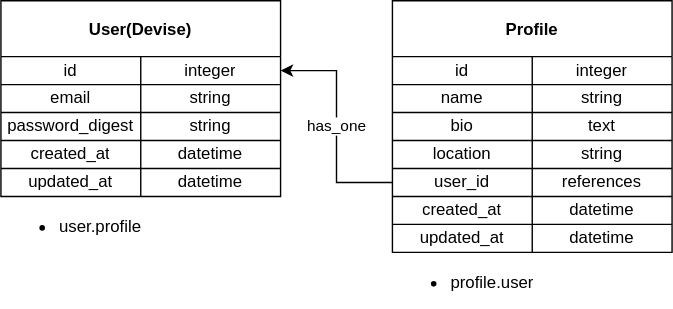
Above: doc/images/model-structure.drawio.svg in ittoku703/mizusirazu (draw.io), before the change. Source tidied: cells renumbered, new cells last; positions are measured from the earlier drawing's top-left corner, leaving out a move shared by most shapes.
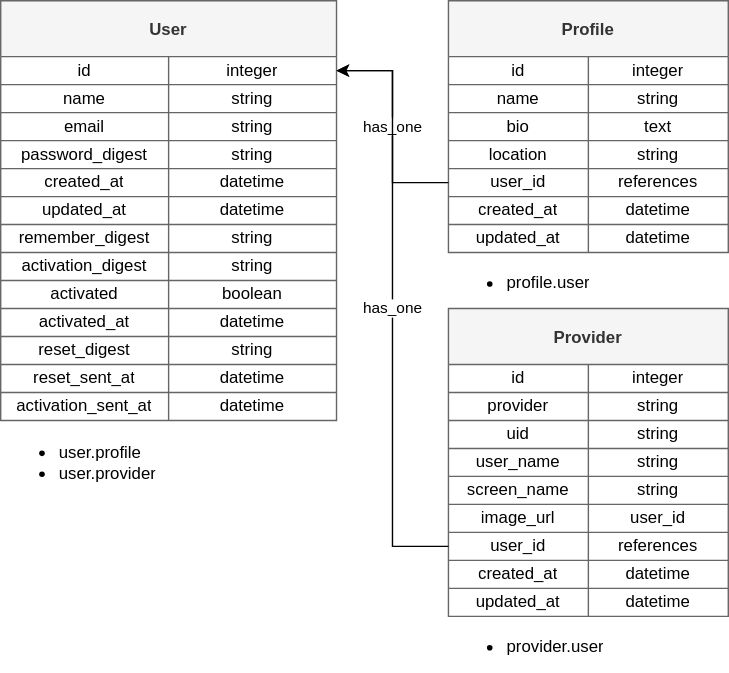
Later version of the same file.

Change to the diagram source:
```diff
@@ -2,56 +2,128 @@
   <root>
     <mxCell id="0" />
     <mxCell id="1" parent="0" />
-    <mxCell id="2" value="User(Devise)" style="shape=table;startSize=40;fontStyle=1;align=center;" parent="1" vertex="1">
-      <mxGeometry width="200" height="140" as="geometry" />
+    <mxCell id="2" value="User" style="shape=table;startSize=40;fontStyle=1;align=center;fillColor=#f5f5f5;fontColor=#333333;strokeColor=#666666;" parent="1" vertex="1">
+      <mxGeometry width="240" height="300" as="geometry" />
     </mxCell>
     <mxCell id="3" style="shape=partialRectangle;html=1;whiteSpace=wrap;fillColor=none;top=0;left=0;bottom=0;right=0;points=[[0,0.5],[1,0.5]];portConstraint=eastwest;" parent="2" vertex="1">
-      <mxGeometry y="40" width="200" height="20" as="geometry" />
+      <mxGeometry y="40" width="240" height="20" as="geometry" />
     </mxCell>
     <mxCell id="4" value="id" style="shape=partialRectangle;html=1;whiteSpace=wrap;fillColor=none;top=0;left=0;bottom=0;right=0;overflow=hidden;" parent="3" vertex="1">
-      <mxGeometry width="100" height="20" as="geometry" />
+      <mxGeometry width="120" height="20" as="geometry" />
     </mxCell>
     <mxCell id="5" value="integer" style="shape=partialRectangle;html=1;whiteSpace=wrap;fillColor=none;top=0;left=0;bottom=0;right=0;overflow=hidden;" parent="3" vertex="1">
-      <mxGeometry x="100" width="100" height="20" as="geometry" />
+      <mxGeometry x="120" width="120" height="20" as="geometry" />
     </mxCell>
+    <mxCell id="43" style="shape=partialRectangle;html=1;whiteSpace=wrap;fillColor=none;top=0;left=0;bottom=0;right=0;" parent="2" vertex="1">
+      <mxGeometry y="60" width="240" height="20" as="geometry" />
+    </mxCell>
+    <mxCell id="44" value="name" style="shape=partialRectangle;html=1;whiteSpace=wrap;fillColor=none;top=0;left=0;bottom=0;right=0;overflow=hidden;" parent="43" vertex="1">
+      <mxGeometry width="120" height="20" as="geometry" />
+    </mxCell>
+    <mxCell id="45" value="string" style="shape=partialRectangle;html=1;whiteSpace=wrap;fillColor=none;top=0;left=0;bottom=0;right=0;overflow=hidden;" parent="43" vertex="1">
+      <mxGeometry x="120" width="120" height="20" as="geometry" />
+    </mxCell>
     <mxCell id="6" style="shape=partialRectangle;html=1;whiteSpace=wrap;fillColor=none;top=0;left=0;bottom=0;right=0;" parent="2" vertex="1">
-      <mxGeometry y="60" width="200" height="20" as="geometry" />
+      <mxGeometry y="80" width="240" height="20" as="geometry" />
     </mxCell>
     <mxCell id="7" value="email" style="shape=partialRectangle;html=1;whiteSpace=wrap;fillColor=none;top=0;left=0;bottom=0;right=0;overflow=hidden;" parent="6" vertex="1">
-      <mxGeometry width="100" height="20" as="geometry" />
+      <mxGeometry width="120" height="20" as="geometry" />
     </mxCell>
     <mxCell id="8" value="string" style="shape=partialRectangle;html=1;whiteSpace=wrap;fillColor=none;top=0;left=0;bottom=0;right=0;overflow=hidden;" parent="6" vertex="1">
-      <mxGeometry x="100" width="100" height="20" as="geometry" />
+      <mxGeometry x="120" width="120" height="20" as="geometry" />
     </mxCell>
     <mxCell id="9" style="shape=partialRectangle;html=1;whiteSpace=wrap;fillColor=none;top=0;left=0;bottom=0;right=0;" parent="2" vertex="1">
-      <mxGeometry y="80" width="200" height="20" as="geometry" />
+      <mxGeometry y="100" width="240" height="20" as="geometry" />
     </mxCell>
     <mxCell id="10" value="password_digest" style="shape=partialRectangle;html=1;whiteSpace=wrap;fillColor=none;top=0;left=0;bottom=0;right=0;overflow=hidden;" parent="9" vertex="1">
-      <mxGeometry width="100" height="20" as="geometry" />
+      <mxGeometry width="120" height="20" as="geometry" />
     </mxCell>
     <mxCell id="11" value="string" style="shape=partialRectangle;html=1;whiteSpace=wrap;fillColor=none;top=0;left=0;bottom=0;right=0;overflow=hidden;" parent="9" vertex="1">
-      <mxGeometry x="100" width="100" height="20" as="geometry" />
+      <mxGeometry x="120" width="120" height="20" as="geometry" />
     </mxCell>
     <mxCell id="12" style="shape=partialRectangle;html=1;whiteSpace=wrap;fillColor=none;top=0;left=0;bottom=0;right=0;" parent="2" vertex="1">
-      <mxGeometry y="100" width="200" height="20" as="geometry" />
+      <mxGeometry y="120" width="240" height="20" as="geometry" />
     </mxCell>
     <mxCell id="13" value="created_at" style="shape=partialRectangle;html=1;whiteSpace=wrap;fillColor=none;top=0;left=0;bottom=0;right=0;overflow=hidden;" parent="12" vertex="1">
-      <mxGeometry width="100" height="20" as="geometry" />
+      <mxGeometry width="120" height="20" as="geometry" />
     </mxCell>
     <mxCell id="14" value="datetime" style="shape=partialRectangle;html=1;whiteSpace=wrap;fillColor=none;top=0;left=0;bottom=0;right=0;overflow=hidden;" parent="12" vertex="1">
-      <mxGeometry x="100" width="100" height="20" as="geometry" />
+      <mxGeometry x="120" width="120" height="20" as="geometry" />
     </mxCell>
     <mxCell id="15" style="shape=partialRectangle;html=1;whiteSpace=wrap;fillColor=none;top=0;left=0;bottom=0;right=0;" parent="2" vertex="1">
-      <mxGeometry y="120" width="200" height="20" as="geometry" />
+      <mxGeometry y="140" width="240" height="20" as="geometry" />
     </mxCell>
     <mxCell id="16" value="updated_at" style="shape=partialRectangle;html=1;whiteSpace=wrap;fillColor=none;top=0;left=0;bottom=0;right=0;overflow=hidden;" parent="15" vertex="1">
-      <mxGeometry width="100" height="20" as="geometry" />
+      <mxGeometry width="120" height="20" as="geometry" />
     </mxCell>
     <mxCell id="17" value="datetime" style="shape=partialRectangle;html=1;whiteSpace=wrap;fillColor=none;top=0;left=0;bottom=0;right=0;overflow=hidden;" parent="15" vertex="1">
-      <mxGeometry x="100" width="100" height="20" as="geometry" />
+      <mxGeometry x="120" width="120" height="20" as="geometry" />
     </mxCell>
+    <mxCell id="46" style="shape=partialRectangle;html=1;whiteSpace=wrap;fillColor=none;top=0;left=0;bottom=0;right=0;" parent="2" vertex="1">
+      <mxGeometry y="160" width="240" height="20" as="geometry" />
+    </mxCell>
+    <mxCell id="47" value="remember_digest" style="shape=partialRectangle;html=1;whiteSpace=wrap;fillColor=none;top=0;left=0;bottom=0;right=0;overflow=hidden;" parent="46" vertex="1">
+      <mxGeometry width="120" height="20" as="geometry" />
+    </mxCell>
+    <mxCell id="48" value="string" style="shape=partialRectangle;html=1;whiteSpace=wrap;fillColor=none;top=0;left=0;bottom=0;right=0;overflow=hidden;" parent="46" vertex="1">
+      <mxGeometry x="120" width="120" height="20" as="geometry" />
+    </mxCell>
+    <mxCell id="49" style="shape=partialRectangle;html=1;whiteSpace=wrap;fillColor=none;top=0;left=0;bottom=0;right=0;" parent="2" vertex="1">
+      <mxGeometry y="180" width="240" height="20" as="geometry" />
+    </mxCell>
+    <mxCell id="50" value="activation_digest" style="shape=partialRectangle;html=1;whiteSpace=wrap;fillColor=none;top=0;left=0;bottom=0;right=0;overflow=hidden;" parent="49" vertex="1">
+      <mxGeometry width="120" height="20" as="geometry" />
+    </mxCell>
+    <mxCell id="51" value="string" style="shape=partialRectangle;html=1;whiteSpace=wrap;fillColor=none;top=0;left=0;bottom=0;right=0;overflow=hidden;" parent="49" vertex="1">
+      <mxGeometry x="120" width="120" height="20" as="geometry" />
+    </mxCell>
+    <mxCell id="52" style="shape=partialRectangle;html=1;whiteSpace=wrap;fillColor=none;top=0;left=0;bottom=0;right=0;" parent="2" vertex="1">
+      <mxGeometry y="200" width="240" height="20" as="geometry" />
+    </mxCell>
+    <mxCell id="53" value="activated" style="shape=partialRectangle;html=1;whiteSpace=wrap;fillColor=none;top=0;left=0;bottom=0;right=0;overflow=hidden;" parent="52" vertex="1">
+      <mxGeometry width="120" height="20" as="geometry" />
+    </mxCell>
+    <mxCell id="54" value="boolean" style="shape=partialRectangle;html=1;whiteSpace=wrap;fillColor=none;top=0;left=0;bottom=0;right=0;overflow=hidden;" parent="52" vertex="1">
+      <mxGeometry x="120" width="120" height="20" as="geometry" />
+    </mxCell>
+    <mxCell id="55" style="shape=partialRectangle;html=1;whiteSpace=wrap;fillColor=none;top=0;left=0;bottom=0;right=0;" parent="2" vertex="1">
+      <mxGeometry y="220" width="240" height="20" as="geometry" />
+    </mxCell>
+    <mxCell id="56" value="activated_at" style="shape=partialRectangle;html=1;whiteSpace=wrap;fillColor=none;top=0;left=0;bottom=0;right=0;overflow=hidden;" parent="55" vertex="1">
+      <mxGeometry width="120" height="20" as="geometry" />
+    </mxCell>
+    <mxCell id="57" value="datetime" style="shape=partialRectangle;html=1;whiteSpace=wrap;fillColor=none;top=0;left=0;bottom=0;right=0;overflow=hidden;" parent="55" vertex="1">
+      <mxGeometry x="120" width="120" height="20" as="geometry" />
+    </mxCell>
+    <mxCell id="58" style="shape=partialRectangle;html=1;whiteSpace=wrap;fillColor=none;top=0;left=0;bottom=0;right=0;" parent="2" vertex="1">
+      <mxGeometry y="240" width="240" height="20" as="geometry" />
+    </mxCell>
+    <mxCell id="59" value="reset_digest" style="shape=partialRectangle;html=1;whiteSpace=wrap;fillColor=none;top=0;left=0;bottom=0;right=0;overflow=hidden;" parent="58" vertex="1">
+      <mxGeometry width="120" height="20" as="geometry" />
+    </mxCell>
+    <mxCell id="60" value="string" style="shape=partialRectangle;html=1;whiteSpace=wrap;fillColor=none;top=0;left=0;bottom=0;right=0;overflow=hidden;" parent="58" vertex="1">
+      <mxGeometry x="120" width="120" height="20" as="geometry" />
+    </mxCell>
+    <mxCell id="61" style="shape=partialRectangle;html=1;whiteSpace=wrap;fillColor=none;top=0;left=0;bottom=0;right=0;" parent="2" vertex="1">
+      <mxGeometry y="260" width="240" height="20" as="geometry" />
+    </mxCell>
+    <mxCell id="62" value="reset_sent_at" style="shape=partialRectangle;html=1;whiteSpace=wrap;fillColor=none;top=0;left=0;bottom=0;right=0;overflow=hidden;" parent="61" vertex="1">
+      <mxGeometry width="120" height="20" as="geometry" />
+    </mxCell>
+    <mxCell id="63" value="datetime" style="shape=partialRectangle;html=1;whiteSpace=wrap;fillColor=none;top=0;left=0;bottom=0;right=0;overflow=hidden;" parent="61" vertex="1">
+      <mxGeometry x="120" width="120" height="20" as="geometry" />
+    </mxCell>
+    <mxCell id="64" style="shape=partialRectangle;html=1;whiteSpace=wrap;fillColor=none;top=0;left=0;bottom=0;right=0;" parent="2" vertex="1">
+      <mxGeometry y="280" width="240" height="20" as="geometry" />
+    </mxCell>
+    <mxCell id="65" value="activation_sent_at" style="shape=partialRectangle;html=1;whiteSpace=wrap;fillColor=none;top=0;left=0;bottom=0;right=0;overflow=hidden;" parent="64" vertex="1">
+      <mxGeometry width="120" height="20" as="geometry" />
+    </mxCell>
+    <mxCell id="66" value="datetime" style="shape=partialRectangle;html=1;whiteSpace=wrap;fillColor=none;top=0;left=0;bottom=0;right=0;overflow=hidden;" parent="64" vertex="1">
+      <mxGeometry x="120" width="120" height="20" as="geometry" />
+    </mxCell>
-    <mxCell id="18" value="Profile" style="shape=table;startSize=40;fontStyle=1;align=center;" parent="1" vertex="1">
-      <mxGeometry x="280" width="200" height="180" as="geometry" />
+    <mxCell id="18" value="Profile" style="shape=table;startSize=40;fontStyle=1;align=center;fillColor=#f5f5f5;fontColor=#333333;strokeColor=#666666;" parent="1" vertex="1">
+      <mxGeometry x="320" width="200" height="180" as="geometry" />
     </mxCell>
     <mxCell id="19" style="shape=partialRectangle;html=1;whiteSpace=wrap;fillColor=none;top=0;left=0;bottom=0;right=0;" parent="18" vertex="1">
       <mxGeometry y="40" width="200" height="20" as="geometry" />
@@ -119,11 +191,101 @@
     <mxCell id="40" value="has_one" style="edgeStyle=orthogonalEdgeStyle;rounded=0;jettySize=auto;html=1;exitX=0;exitY=0.5;exitDx=0;exitDy=0;entryX=1;entryY=0.5;entryDx=0;entryDy=0;" parent="1" edge="1" source="31" target="3">
       <mxGeometry relative="1" as="geometry" />
     </mxCell>
-    <mxCell id="41" value="&lt;ul&gt;&lt;li&gt;user.profile&lt;/li&gt;&lt;/ul&gt;" style="text;strokeColor=none;fillColor=none;html=1;whiteSpace=wrap;verticalAlign=middle;overflow=hidden;align=left;" parent="1" vertex="1">
-      <mxGeometry y="140" width="200" height="40" as="geometry" />
+    <mxCell id="41" value="&lt;ul&gt;&lt;li&gt;user.profile&lt;/li&gt;&lt;li&gt;user.provider&lt;/li&gt;&lt;/ul&gt;" style="text;strokeColor=none;fillColor=none;html=1;whiteSpace=wrap;verticalAlign=middle;overflow=hidden;align=left;" parent="1" vertex="1">
+      <mxGeometry y="300" width="240" height="60" as="geometry" />
     </mxCell>
     <mxCell id="42" value="&lt;ul&gt;&lt;li&gt;profile.user&lt;/li&gt;&lt;/ul&gt;" style="text;strokeColor=none;fillColor=none;html=1;whiteSpace=wrap;verticalAlign=middle;overflow=hidden;align=left;" parent="1" vertex="1">
-      <mxGeometry x="280" y="180" width="200" height="40" as="geometry" />
+      <mxGeometry x="320" y="180" width="200" height="40" as="geometry" />
     </mxCell>
+    <mxCell id="67" value="Provider" style="shape=table;startSize=40;fontStyle=1;align=center;fillColor=#f5f5f5;fontColor=#333333;strokeColor=#666666;" parent="1" vertex="1">
+      <mxGeometry x="320" y="220" width="200" height="220" as="geometry" />
+    </mxCell>
+    <mxCell id="68" style="shape=partialRectangle;html=1;whiteSpace=wrap;fillColor=none;top=0;left=0;bottom=0;right=0;" parent="67" vertex="1">
+      <mxGeometry y="40" width="200" height="20" as="geometry" />
+    </mxCell>
+    <mxCell id="69" value="id" style="shape=partialRectangle;html=1;whiteSpace=wrap;fillColor=none;top=0;left=0;bottom=0;right=0;overflow=hidden;" parent="68" vertex="1">
+      <mxGeometry width="100" height="20" as="geometry" />
+    </mxCell>
+    <mxCell id="70" value="integer" style="shape=partialRectangle;html=1;whiteSpace=wrap;fillColor=none;top=0;left=0;bottom=0;right=0;overflow=hidden;" parent="68" vertex="1">
+      <mxGeometry x="100" width="100" height="20" as="geometry" />
+    </mxCell>
+    <mxCell id="71" style="shape=partialRectangle;html=1;whiteSpace=wrap;fillColor=none;top=0;left=0;bottom=0;right=0;" parent="67" vertex="1">
+      <mxGeometry y="60" width="200" height="20" as="geometry" />
+    </mxCell>
+    <mxCell id="72" value="provider" style="shape=partialRectangle;html=1;whiteSpace=wrap;fillColor=none;top=0;left=0;bottom=0;right=0;overflow=hidden;" parent="71" vertex="1">
+      <mxGeometry width="100" height="20" as="geometry" />
+    </mxCell>
+    <mxCell id="73" value="string" style="shape=partialRectangle;html=1;whiteSpace=wrap;fillColor=none;top=0;left=0;bottom=0;right=0;overflow=hidden;" parent="71" vertex="1">
+      <mxGeometry x="100" width="100" height="20" as="geometry" />
+    </mxCell>
+    <mxCell id="74" style="shape=partialRectangle;html=1;whiteSpace=wrap;fillColor=none;top=0;left=0;bottom=0;right=0;" parent="67" vertex="1">
+      <mxGeometry y="80" width="200" height="20" as="geometry" />
+    </mxCell>
+    <mxCell id="75" value="uid" style="shape=partialRectangle;html=1;whiteSpace=wrap;fillColor=none;top=0;left=0;bottom=0;right=0;overflow=hidden;" parent="74" vertex="1">
+      <mxGeometry width="100" height="20" as="geometry" />
+    </mxCell>
+    <mxCell id="76" value="string" style="shape=partialRectangle;html=1;whiteSpace=wrap;fillColor=none;top=0;left=0;bottom=0;right=0;overflow=hidden;" parent="74" vertex="1">
+      <mxGeometry x="100" width="100" height="20" as="geometry" />
+    </mxCell>
+    <mxCell id="77" style="shape=partialRectangle;html=1;whiteSpace=wrap;fillColor=none;top=0;left=0;bottom=0;right=0;" parent="67" vertex="1">
+      <mxGeometry y="100" width="200" height="20" as="geometry" />
+    </mxCell>
+    <mxCell id="78" value="user_name" style="shape=partialRectangle;html=1;whiteSpace=wrap;fillColor=none;top=0;left=0;bottom=0;right=0;overflow=hidden;" parent="77" vertex="1">
+      <mxGeometry width="100" height="20" as="geometry" />
+    </mxCell>
+    <mxCell id="79" value="string" style="shape=partialRectangle;html=1;whiteSpace=wrap;fillColor=none;top=0;left=0;bottom=0;right=0;overflow=hidden;" parent="77" vertex="1">
+      <mxGeometry x="100" width="100" height="20" as="geometry" />
+    </mxCell>
+    <mxCell id="80" style="shape=partialRectangle;html=1;whiteSpace=wrap;fillColor=none;top=0;left=0;bottom=0;right=0;" parent="67" vertex="1">
+      <mxGeometry y="120" width="200" height="20" as="geometry" />
+    </mxCell>
+    <mxCell id="81" value="screen_name" style="shape=partialRectangle;html=1;whiteSpace=wrap;fillColor=none;top=0;left=0;bottom=0;right=0;overflow=hidden;" parent="80" vertex="1">
+      <mxGeometry width="100" height="20" as="geometry" />
+    </mxCell>
+    <mxCell id="82" value="string" style="shape=partialRectangle;html=1;whiteSpace=wrap;fillColor=none;top=0;left=0;bottom=0;right=0;overflow=hidden;" parent="80" vertex="1">
+      <mxGeometry x="100" width="100" height="20" as="geometry" />
+    </mxCell>
+    <mxCell id="83" style="shape=partialRectangle;html=1;whiteSpace=wrap;fillColor=none;top=0;left=0;bottom=0;right=0;" parent="67" vertex="1">
+      <mxGeometry y="140" width="200" height="20" as="geometry" />
+    </mxCell>
+    <mxCell id="84" value="image_url" style="shape=partialRectangle;html=1;whiteSpace=wrap;fillColor=none;top=0;left=0;bottom=0;right=0;overflow=hidden;" parent="83" vertex="1">
+      <mxGeometry width="100" height="20" as="geometry" />
+    </mxCell>
+    <mxCell id="85" value="user_id" style="shape=partialRectangle;html=1;whiteSpace=wrap;fillColor=none;top=0;left=0;bottom=0;right=0;overflow=hidden;" parent="83" vertex="1">
+      <mxGeometry x="100" width="100" height="20" as="geometry" />
+    </mxCell>
+    <mxCell id="86" style="shape=partialRectangle;html=1;whiteSpace=wrap;fillColor=none;top=0;left=0;bottom=0;right=0;points=[[0,0.5],[1,0.5]];portConstraint=eastwest;" parent="67" vertex="1">
+      <mxGeometry y="160" width="200" height="20" as="geometry" />
+    </mxCell>
+    <mxCell id="87" value="user_id" style="shape=partialRectangle;html=1;whiteSpace=wrap;fillColor=none;top=0;left=0;bottom=0;right=0;overflow=hidden;" parent="86" vertex="1">
+      <mxGeometry width="100" height="20" as="geometry" />
+    </mxCell>
+    <mxCell id="88" value="references" style="shape=partialRectangle;html=1;whiteSpace=wrap;fillColor=none;top=0;left=0;bottom=0;right=0;overflow=hidden;" parent="86" vertex="1">
+      <mxGeometry x="100" width="100" height="20" as="geometry" />
+    </mxCell>
+    <mxCell id="89" style="shape=partialRectangle;html=1;whiteSpace=wrap;fillColor=none;top=0;left=0;bottom=0;right=0;" parent="67" vertex="1">
+      <mxGeometry y="180" width="200" height="20" as="geometry" />
+    </mxCell>
+    <mxCell id="90" value="created_at" style="shape=partialRectangle;html=1;whiteSpace=wrap;fillColor=none;top=0;left=0;bottom=0;right=0;overflow=hidden;" parent="89" vertex="1">
+      <mxGeometry width="100" height="20" as="geometry" />
+    </mxCell>
+    <mxCell id="91" value="datetime" style="shape=partialRectangle;html=1;whiteSpace=wrap;fillColor=none;top=0;left=0;bottom=0;right=0;overflow=hidden;" parent="89" vertex="1">
+      <mxGeometry x="100" width="100" height="20" as="geometry" />
+    </mxCell>
+    <mxCell id="92" style="shape=partialRectangle;html=1;whiteSpace=wrap;fillColor=none;top=0;left=0;bottom=0;right=0;" parent="67" vertex="1">
+      <mxGeometry y="200" width="200" height="20" as="geometry" />
+    </mxCell>
+    <mxCell id="93" value="updated_at" style="shape=partialRectangle;html=1;whiteSpace=wrap;fillColor=none;top=0;left=0;bottom=0;right=0;overflow=hidden;" parent="92" vertex="1">
+      <mxGeometry width="100" height="20" as="geometry" />
+    </mxCell>
+    <mxCell id="94" value="datetime" style="shape=partialRectangle;html=1;whiteSpace=wrap;fillColor=none;top=0;left=0;bottom=0;right=0;overflow=hidden;" parent="92" vertex="1">
+      <mxGeometry x="100" width="100" height="20" as="geometry" />
+    </mxCell>
+    <mxCell id="95" value="&lt;ul&gt;&lt;li&gt;provider.user&lt;/li&gt;&lt;/ul&gt;" style="text;strokeColor=none;fillColor=none;html=1;whiteSpace=wrap;verticalAlign=middle;overflow=hidden;align=left;" parent="1" vertex="1">
+      <mxGeometry x="320" y="440" width="200" height="40" as="geometry" />
+    </mxCell>
+    <mxCell id="96" value="has_one" style="edgeStyle=orthogonalEdgeStyle;rounded=0;jettySize=auto;html=1;exitX=0;exitY=0.5;exitDx=0;exitDy=0;entryX=1;entryY=0.5;entryDx=0;entryDy=0;" parent="1" edge="1" source="86" target="3">
+      <mxGeometry relative="1" as="geometry" />
+    </mxCell>
   </root>
 </mxGraphModel>
```
